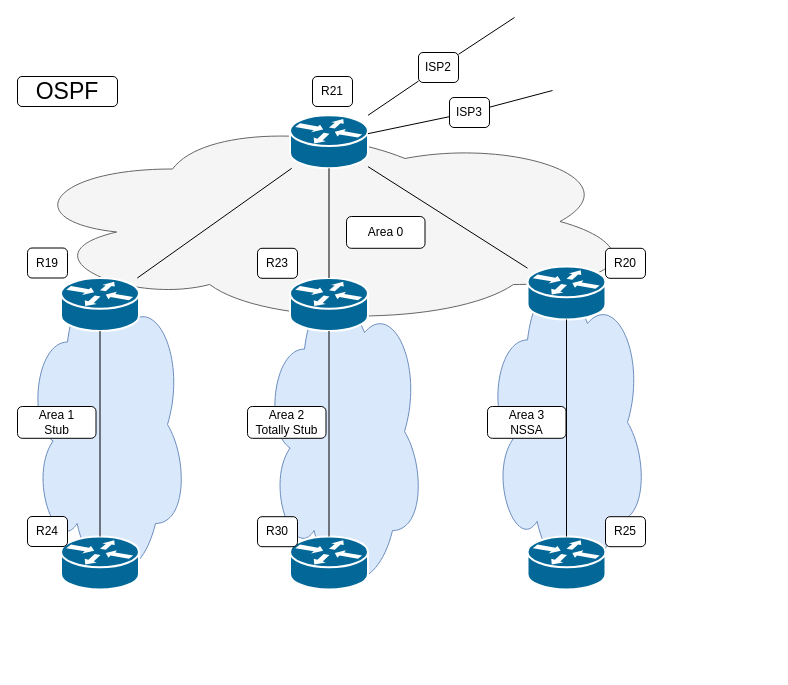
Earlier version of the draw.io diagram OTUS_NE_PROF/Project/IGP Office 2.drawio (FrozenViking13/OTUS_NE). Source tidied: cells renumbered, new cells numbered last; positions are measured from the earlier drawing's top-left corner, leaving out a move shared by most shapes. Both pictures are drawn from the tidied source at 100%, with x=0, y=0 at pixel (17, 17).
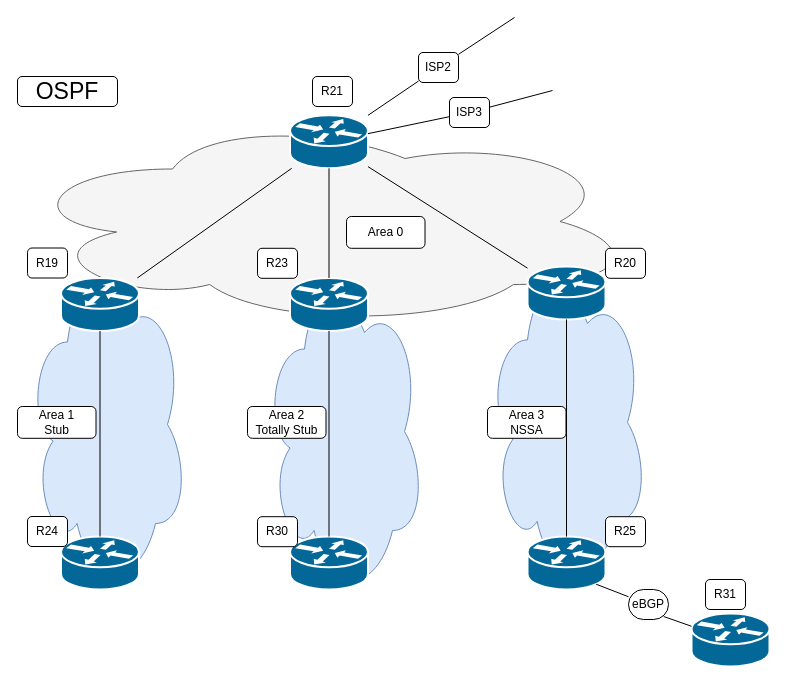
The same page after the edit.

The change refers to these unchanged cells:
```xml
<mxCell id="17" style="strokeColor=#ffffff;sketch=0;html=1;dashed=0;fillColor=#036897;strokeWidth=2;verticalLabelPosition=bottom;verticalAlign=top;align=center;outlineConnect=0;shape=mxgraph.cisco.routers.router;" parent="1" vertex="1">
  <mxGeometry x="510" y="519" width="78" height="53" as="geometry" />
</mxCell>
```

Diff of the diagram source:
```diff
@@
+    <mxCell id="37" style="strokeColor=#ffffff;sketch=0;html=1;dashed=0;fillColor=#036897;strokeWidth=2;verticalLabelPosition=bottom;verticalAlign=top;align=center;outlineConnect=0;shape=mxgraph.cisco.routers.router;" parent="1" vertex="1">
+      <mxGeometry x="674" y="596" width="78" height="53" as="geometry" />
+    </mxCell>
+    <mxCell id="38" style="endArrow=none;html=1;rounded=0;exitX=0.88;exitY=0.9;exitDx=0;exitDy=0;exitPerimeter=0;" parent="1" edge="1" source="41" target="37">
+      <mxGeometry relative="1" as="geometry" />
+    </mxCell>
+    <mxCell id="39" value="R31" style="rounded=1;whiteSpace=wrap;html=1;" parent="1" vertex="1">
+      <mxGeometry x="688" y="562" width="40" height="30" as="geometry" />
+    </mxCell>
+    <mxCell id="40" style="endArrow=none;html=1;rounded=0;exitX=0.88;exitY=0.9;exitDx=0;exitDy=0;exitPerimeter=0;" parent="1" edge="1" source="17" target="41">
+      <mxGeometry relative="1" as="geometry" />
+    </mxCell>
+    <mxCell id="41" value="eBGP" style="rounded=1;whiteSpace=wrap;html=1;arcSize=50;" parent="1" vertex="1">
+      <mxGeometry x="611" y="572" width="40" height="30" as="geometry" />
+    </mxCell>
```
